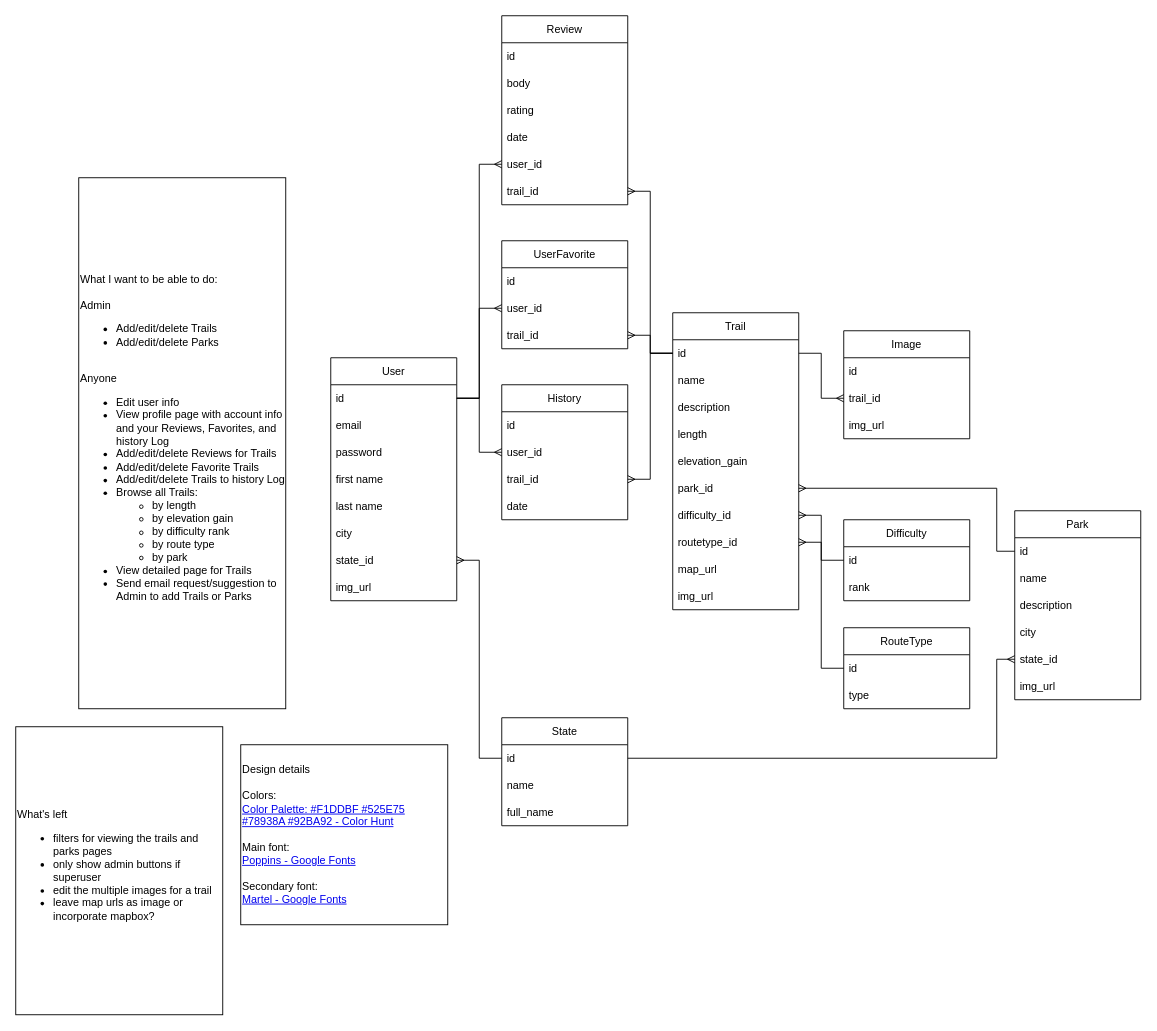
This is planning/HikingVentures Brainstorming.drawio from gdbecker/HikingVentures, a draw.io file, before an edit. Source tidied: cells renumbered, new cells numbered last; positions are measured from the earlier drawing's top-left corner, leaving out a move shared by most shapes. Both pictures are drawn from the tidied source at 90%, with x=0, y=0 at pixel (15, 15).
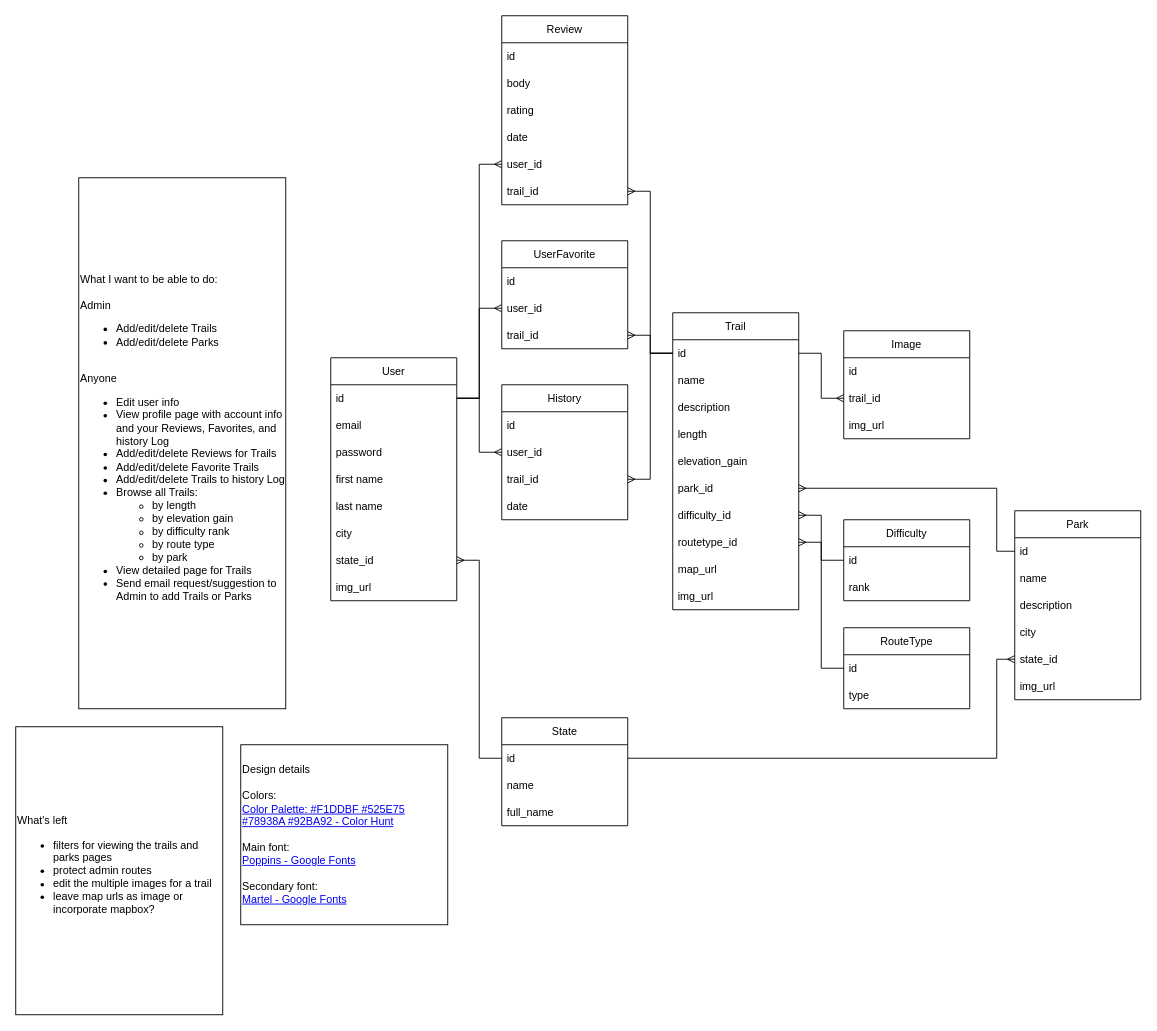
The same page after the edit.

What changed in the source:
```diff
@@
-    <mxCell id="73" value="What's left&lt;br&gt;&lt;ul&gt;&lt;li&gt;filters for viewing the trails and parks pages&lt;/li&gt;&lt;li&gt;only show admin buttons if superuser&lt;/li&gt;&lt;li&gt;edit the multiple images for a trail&lt;/li&gt;&lt;li&gt;leave map urls as image or incorporate mapbox?&lt;/li&gt;&lt;/ul&gt;" style="rounded=0;whiteSpace=wrap;html=1;align=left;" parent="1" vertex="1">
+    <mxCell id="73" value="What's left&lt;br&gt;&lt;ul&gt;&lt;li&gt;filters for viewing the trails and parks pages&lt;/li&gt;&lt;li&gt;protect admin routes&lt;/li&gt;&lt;li&gt;edit the multiple images for a trail&lt;/li&gt;&lt;li&gt;leave map urls as image or incorporate mapbox?&lt;/li&gt;&lt;/ul&gt;" style="rounded=0;whiteSpace=wrap;html=1;align=left;" parent="1" vertex="1">
       <mxGeometry y="790" width="230" height="320" as="geometry" />
     </mxCell>
```
